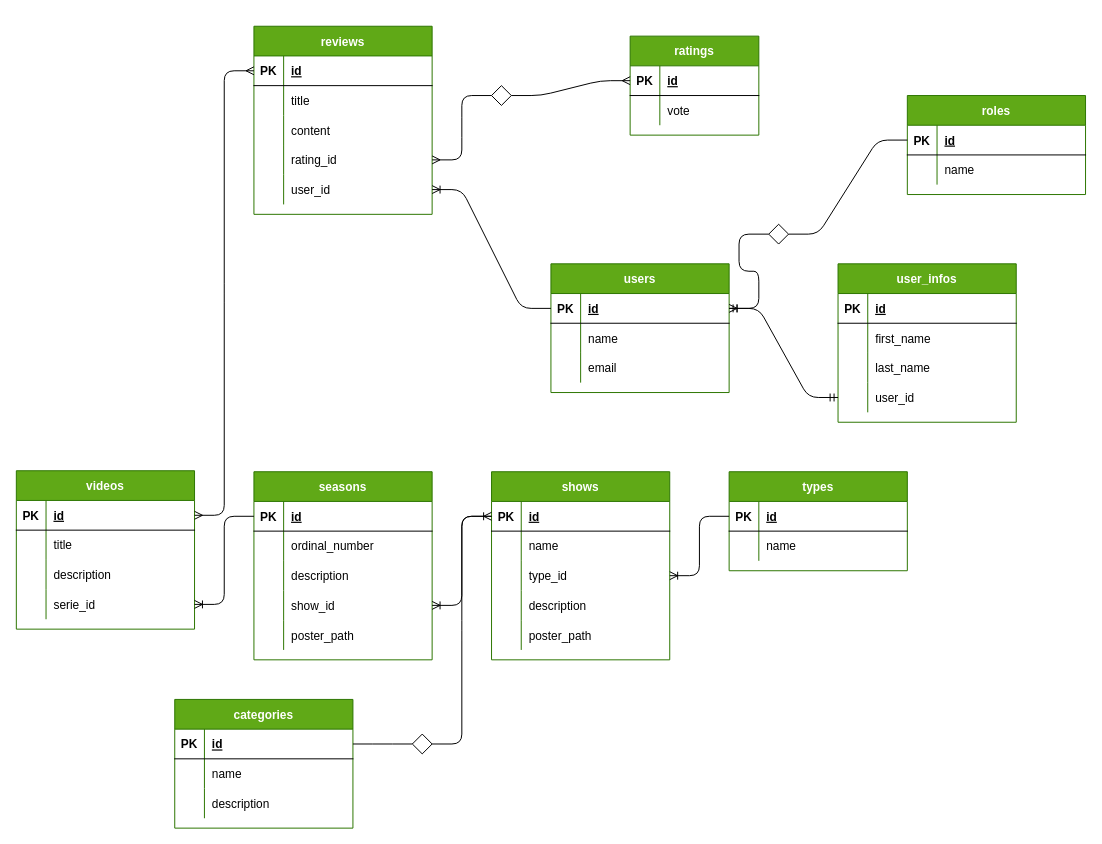
This is docs/db.drawio from cincenfrank/cincenflix_laravel, a draw.io file, before an edit. Source tidied: cells renumbered, new cells numbered last; positions are measured from the earlier drawing's top-left corner, leaving out a move shared by most shapes. Both pictures are drawn from the tidied source at 99%, with x=0, y=0 at pixel (16, 26).
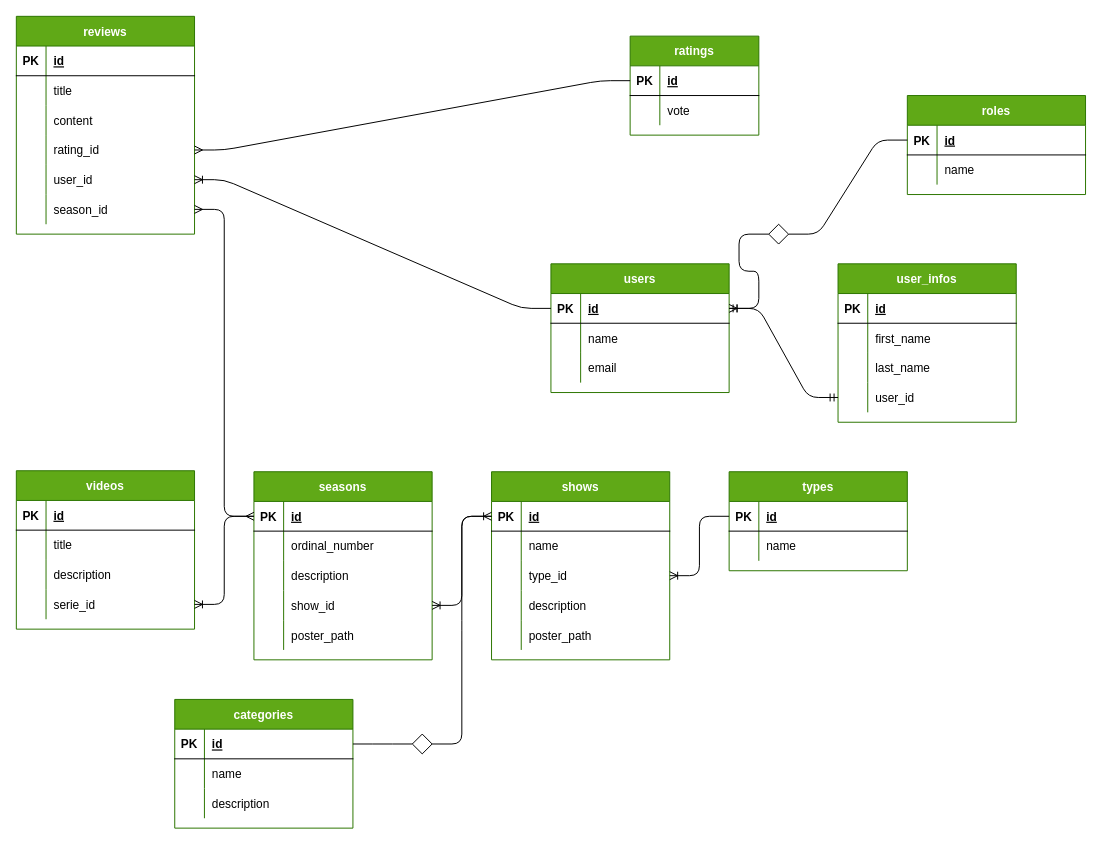
The same diagram, later.

The change refers to these unchanged cells:
```xml
<mxCell id="3" style="shape=partialRectangle;fillColor=none;top=0;left=0;bottom=1;right=0;points=[[0,0.5],[1,0.5]];portConstraint=eastwest;" parent="2" vertex="1">
  <mxGeometry y="30" width="180" height="30" as="geometry" />
</mxCell>
<mxCell id="16" style="shape=partialRectangle;fillColor=none;top=0;left=0;bottom=1;right=0;points=[[0,0.5],[1,0.5]];portConstraint=eastwest;" parent="15" vertex="1">
  <mxGeometry y="30" width="180" height="30" as="geometry" />
</mxCell>
<mxCell id="72" style="shape=partialRectangle;fillColor=none;top=0;left=0;bottom=1;right=0;points=[[0,0.5],[1,0.5]];portConstraint=eastwest;" parent="71" vertex="1">
  <mxGeometry y="30" width="180" height="30" as="geometry" />
</mxCell>
<mxCell id="81" style="shape=partialRectangle;fillColor=none;top=0;left=0;bottom=0;right=0;points=[[0,0.5],[1,0.5]];portConstraint=eastwest;" parent="71" vertex="1">
  <mxGeometry y="120" width="180" height="30" as="geometry" />
</mxCell>
<mxCell id="88" style="shape=partialRectangle;fillColor=none;top=0;left=0;bottom=1;right=0;points=[[0,0.5],[1,0.5]];portConstraint=eastwest;" parent="87" vertex="1">
  <mxGeometry y="30" width="130" height="30" as="geometry" />
</mxCell>
```

What changed in the source:
```diff
@@
     <mxCell id="71" value="reviews" style="shape=table;startSize=30;childLayout=tableLayout;rowLines=0;fontStyle=1;align=center;fillColor=#60a917;fontColor=#ffffff;strokeColor=#2D7600;" parent="1" vertex="1">
-      <mxGeometry x="240" width="180" height="190" as="geometry" />
+      <mxGeometry y="-10" width="180" height="220" as="geometry" />
     </mxCell>
@@
+    <mxCell id="132" style="shape=partialRectangle;fillColor=none;top=0;left=0;bottom=0;right=0;points=[[0,0.5],[1,0.5]];portConstraint=eastwest;" parent="71" vertex="1">
+      <mxGeometry y="180" width="180" height="30" as="geometry" />
+    </mxCell>
+    <mxCell id="133" style="shape=partialRectangle;fillColor=none;top=0;left=0;bottom=0;right=0;overflow=hidden;" parent="132" vertex="1">
+      <mxGeometry width="30" height="30" as="geometry" />
+    </mxCell>
+    <mxCell id="134" value="season_id" style="shape=partialRectangle;fillColor=none;top=0;left=0;bottom=0;right=0;align=left;spacingLeft=6;overflow=hidden;" parent="132" vertex="1">
+      <mxGeometry x="30" width="150" height="30" as="geometry" />
+    </mxCell>
@@
-    <mxCell id="108" style="edgeStyle=entityRelationEdgeStyle;fontSize=12;html=1;endArrow=ERmany;startArrow=none;exitX=1;exitY=0.5;exitDx=0;exitDy=0;entryX=0;entryY=0.5;entryDx=0;entryDy=0;" parent="1" edge="1" source="128" target="88">
-      <mxGeometry relative="1" as="geometry" />
-    </mxCell>
@@
-    <mxCell id="110" style="edgeStyle=entityRelationEdgeStyle;fontSize=12;html=1;endArrow=ERmany;startArrow=ERmany;exitX=1;exitY=0.5;exitDx=0;exitDy=0;entryX=0;entryY=0.5;entryDx=0;entryDy=0;" parent="1" edge="1" source="3" target="72">
+    <mxCell id="110" style="edgeStyle=entityRelationEdgeStyle;fontSize=12;html=1;endArrow=ERmany;startArrow=ERmany;exitX=0;exitY=0.5;exitDx=0;exitDy=0;" parent="1" edge="1" source="16" target="132">
       <mxGeometry relative="1" as="geometry" />
     </mxCell>
@@
-    <mxCell id="128" style="rhombus;whiteSpace=wrap;html=1;" parent="1" vertex="1">
-      <mxGeometry x="480" y="60" width="20" height="20" as="geometry" />
-    </mxCell>
-    <mxCell id="129" style="edgeStyle=entityRelationEdgeStyle;fontSize=12;html=1;endArrow=none;startArrow=ERmany;exitX=1;exitY=0.5;exitDx=0;exitDy=0;entryX=0;entryY=0.5;entryDx=0;entryDy=0;" parent="1" edge="1" source="81" target="128">
+    <mxCell id="129" style="edgeStyle=entityRelationEdgeStyle;fontSize=12;html=1;endArrow=none;startArrow=ERmany;exitX=1;exitY=0.5;exitDx=0;exitDy=0;entryX=0;entryY=0.5;entryDx=0;entryDy=0;" parent="1" edge="1" source="81" target="88">
       <mxGeometry relative="1" as="geometry" />
     </mxCell>
```
